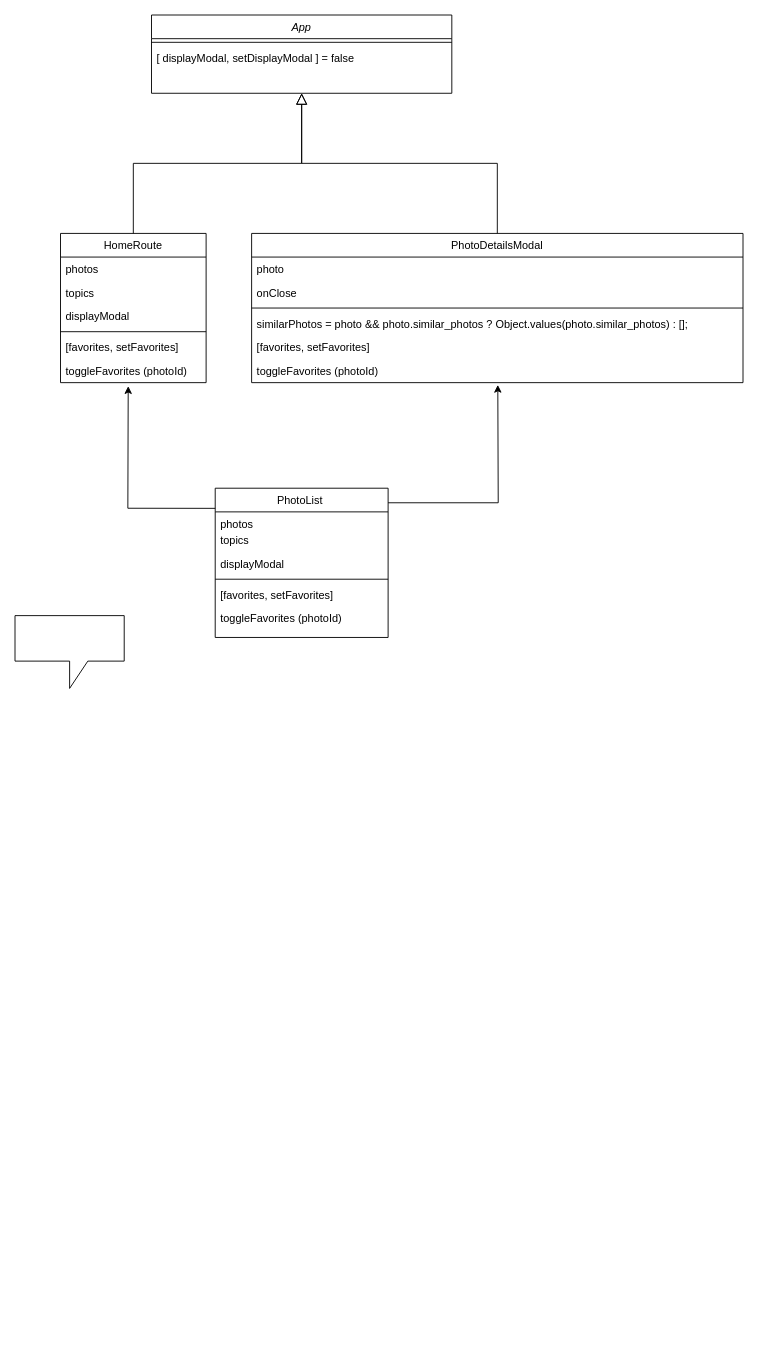
Earlier version of the draw.io diagram Untitled Diagram.drawio (SorrenJ/photolabs). Source tidied: cells renumbered, new cells numbered last; positions are measured from the earlier drawing's top-left corner, leaving out a move shared by most shapes. Both pictures are drawn from the tidied source at 91%, with x=0, y=0 at pixel (15, 15).
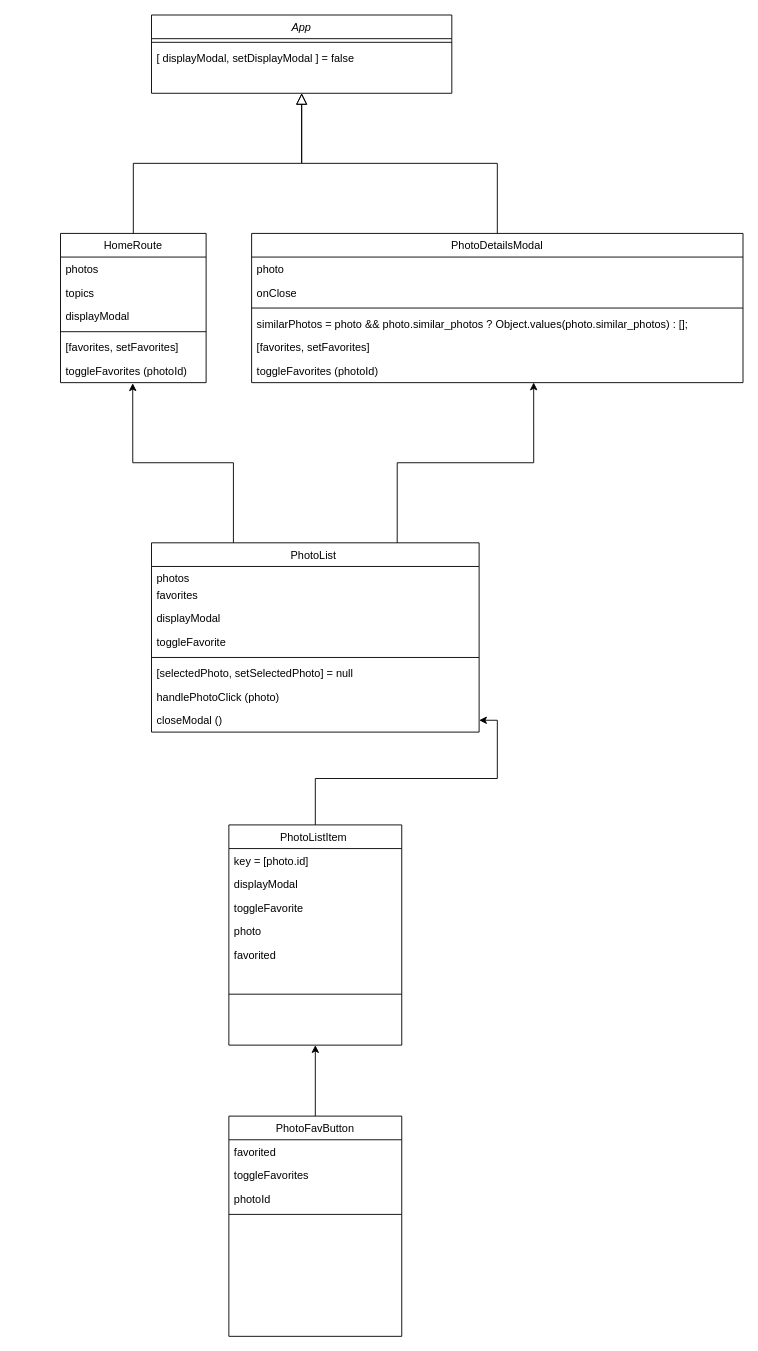
The same diagram, later.

Unchanged cells that the change refers to:
```xml
<mxCell id="12" value="toggleFavorites (photoId)" style="text;align=left;verticalAlign=top;spacingLeft=4;spacingRight=4;overflow=hidden;points=[[0,0.5],[1,0.5]];portConstraint=eastwest;" parent="6" vertex="1">
  <mxGeometry y="138" width="160" height="26" as="geometry" />
</mxCell>
<mxCell id="20" value="toggleFavorites (photoId)" style="text;align=left;verticalAlign=top;spacingLeft=4;spacingRight=4;overflow=hidden;points=[[0,0.5],[1,0.5]];portConstraint=eastwest;" parent="14" vertex="1">
  <mxGeometry y="138" width="540" height="26" as="geometry" />
</mxCell>
```

Diff of the diagram source:
```diff
@@
     <mxCell id="22" value="PhotoList " style="swimlane;fontStyle=0;align=center;verticalAlign=top;horizontal=1;startSize=26;rounded=0;shadow=0;strokeWidth=1;" parent="1" vertex="1">
-      <mxGeometry x="220" y="520" width="190" height="164" as="geometry" />
+      <mxGeometry x="150" y="580" width="360" height="208" as="geometry" />
     </mxCell>
     <mxCell id="23" value="photos" style="text;align=left;verticalAlign=top;spacingLeft=4;spacingRight=4;overflow=hidden;points=[[0,0.5],[1,0.5]];portConstraint=eastwest;" parent="22" vertex="1">
-      <mxGeometry y="26" width="190" height="18" as="geometry" />
+      <mxGeometry y="26" width="360" height="18" as="geometry" />
     </mxCell>
-    <mxCell id="24" value="topics" style="text;align=left;verticalAlign=top;spacingLeft=4;spacingRight=4;overflow=hidden;rounded=0;shadow=0;html=0;" parent="22" vertex="1">
-      <mxGeometry y="44" width="190" height="26" as="geometry" />
+    <mxCell id="24" value="favorites" style="text;align=left;verticalAlign=top;spacingLeft=4;spacingRight=4;overflow=hidden;rounded=0;shadow=0;html=0;" parent="22" vertex="1">
+      <mxGeometry y="44" width="360" height="26" as="geometry" />
     </mxCell>
     <mxCell id="25" value="displayModal" style="text;align=left;verticalAlign=top;spacingLeft=4;spacingRight=4;overflow=hidden;rounded=0;shadow=0;html=0;" parent="22" vertex="1">
-      <mxGeometry y="70" width="190" height="26" as="geometry" />
+      <mxGeometry y="70" width="360" height="26" as="geometry" />
     </mxCell>
+    <mxCell id="32" value="toggleFavorite" style="text;align=left;verticalAlign=top;spacingLeft=4;spacingRight=4;overflow=hidden;rounded=0;shadow=0;html=0;" parent="22" vertex="1">
+      <mxGeometry y="96" width="360" height="26" as="geometry" />
+    </mxCell>
     <mxCell id="26" style="line;html=1;strokeWidth=1;align=left;verticalAlign=middle;spacingTop=-1;spacingLeft=3;spacingRight=3;labelPosition=right;" parent="22" vertex="1">
-      <mxGeometry y="96" width="190" height="8" as="geometry" />
+      <mxGeometry y="122" width="360" height="8" as="geometry" />
     </mxCell>
-    <mxCell id="27" value="[favorites, setFavorites]" style="text;align=left;verticalAlign=top;spacingLeft=4;spacingRight=4;overflow=hidden;" parent="22" vertex="1">
-      <mxGeometry y="104" width="190" height="26" as="geometry" />
+    <mxCell id="27" value="[selectedPhoto, setSelectedPhoto] = null " style="text;align=left;verticalAlign=top;spacingLeft=4;spacingRight=4;overflow=hidden;" parent="22" vertex="1">
+      <mxGeometry y="130" width="360" height="26" as="geometry" />
     </mxCell>
-    <mxCell id="28" value="toggleFavorites (photoId)" style="text;align=left;verticalAlign=top;spacingLeft=4;spacingRight=4;overflow=hidden;" parent="22" vertex="1">
-      <mxGeometry y="130" width="190" height="26" as="geometry" />
+    <mxCell id="28" value="handlePhotoClick (photo)" style="text;align=left;verticalAlign=top;spacingLeft=4;spacingRight=4;overflow=hidden;" parent="22" vertex="1">
+      <mxGeometry y="156" width="360" height="26" as="geometry" />
     </mxCell>
-    <mxCell id="29" style="endArrow=classic;html=1;rounded=0;entryX=0.465;entryY=1.149;entryDx=0;entryDy=0;entryPerimeter=0;exitX=0;exitY=-0.215;exitDx=0;exitDy=0;exitPerimeter=0;" parent="1" edge="1" source="23" target="12">
-      <mxGeometry relative="1" as="geometry">
-        <Array as="points">
-          <mxPoint x="124" y="542" />
-        </Array>
-      </mxGeometry>
-    </mxCell>
-    <mxCell id="30" style="shape=callout;whiteSpace=wrap;html=1;perimeter=calloutPerimeter;" parent="1" vertex="1">
-      <mxGeometry y="660" width="120" height="80" as="geometry" />
-    </mxCell>
-    <mxCell id="31" style="endArrow=classic;html=1;rounded=0;entryX=0.501;entryY=1.095;entryDx=0;entryDy=0;entryPerimeter=0;" parent="1" edge="1" target="20">
-      <mxGeometry relative="1" as="geometry">
-        <mxPoint x="410" y="536" as="sourcePoint" />
-        <Array as="points">
-          <mxPoint x="531" y="536" />
-        </Array>
-      </mxGeometry>
-    </mxCell>
+    <mxCell id="33" value="closeModal ()" style="text;align=left;verticalAlign=top;spacingLeft=4;spacingRight=4;overflow=hidden;points=[[0,0.5],[1,0.5]];portConstraint=eastwest;" parent="22" vertex="1">
+      <mxGeometry y="182" width="360" height="26" as="geometry" />
+    </mxCell>
+    <mxCell id="34" style="edgeStyle=orthogonalEdgeStyle;rounded=0;jettySize=auto;html=1;exitX=0.5;exitY=0;exitDx=0;exitDy=0;" parent="1" edge="1" source="35" target="33">
+      <mxGeometry relative="1" as="geometry" />
+    </mxCell>
+    <mxCell id="35" value="PhotoListItem " style="swimlane;fontStyle=0;align=center;verticalAlign=top;horizontal=1;startSize=26;rounded=0;shadow=0;strokeWidth=1;" parent="1" vertex="1">
+      <mxGeometry x="235" y="890" width="190" height="242" as="geometry" />
+    </mxCell>
+    <mxCell id="36" value="key = [photo.id]" style="text;align=left;verticalAlign=top;spacingLeft=4;spacingRight=4;overflow=hidden;rounded=0;shadow=0;html=0;" parent="35" vertex="1">
+      <mxGeometry y="26" width="190" height="26" as="geometry" />
+    </mxCell>
+    <mxCell id="37" value="displayModal" style="text;align=left;verticalAlign=top;spacingLeft=4;spacingRight=4;overflow=hidden;rounded=0;shadow=0;html=0;" parent="35" vertex="1">
+      <mxGeometry y="52" width="190" height="26" as="geometry" />
+    </mxCell>
+    <mxCell id="38" value="toggleFavorite " style="text;align=left;verticalAlign=top;spacingLeft=4;spacingRight=4;overflow=hidden;rounded=0;shadow=0;html=0;" parent="35" vertex="1">
+      <mxGeometry y="78" width="190" height="26" as="geometry" />
+    </mxCell>
+    <mxCell id="39" value="photo" style="text;align=left;verticalAlign=top;spacingLeft=4;spacingRight=4;overflow=hidden;rounded=0;shadow=0;html=0;" parent="35" vertex="1">
+      <mxGeometry y="104" width="190" height="26" as="geometry" />
+    </mxCell>
+    <mxCell id="40" value="favorited" style="text;align=left;verticalAlign=top;spacingLeft=4;spacingRight=4;overflow=hidden;rounded=0;shadow=0;html=0;" parent="35" vertex="1">
+      <mxGeometry y="130" width="190" height="26" as="geometry" />
+    </mxCell>
+    <mxCell id="41" style="text;align=left;verticalAlign=top;spacingLeft=4;spacingRight=4;overflow=hidden;rounded=0;shadow=0;html=0;" parent="35" vertex="1">
+      <mxGeometry y="156" width="190" height="26" as="geometry" />
+    </mxCell>
+    <mxCell id="42" style="line;html=1;strokeWidth=1;align=left;verticalAlign=middle;spacingTop=-1;spacingLeft=3;spacingRight=3;labelPosition=right;" parent="35" vertex="1">
+      <mxGeometry y="182" width="190" height="8" as="geometry" />
+    </mxCell>
+    <mxCell id="43" style="edgeStyle=orthogonalEdgeStyle;rounded=0;jettySize=auto;html=1;exitX=0.75;exitY=0;exitDx=0;exitDy=0;entryX=0.574;entryY=0.994;entryDx=0;entryDy=0;entryPerimeter=0;" parent="1" edge="1" source="22" target="20">
+      <mxGeometry relative="1" as="geometry" />
+    </mxCell>
+    <mxCell id="44" style="edgeStyle=orthogonalEdgeStyle;rounded=0;jettySize=auto;html=1;exitX=0.25;exitY=0;exitDx=0;exitDy=0;entryX=0.496;entryY=1.026;entryDx=0;entryDy=0;entryPerimeter=0;" parent="1" edge="1" source="22" target="12">
+      <mxGeometry relative="1" as="geometry" />
+    </mxCell>
+    <mxCell id="45" style="edgeStyle=orthogonalEdgeStyle;rounded=0;jettySize=auto;html=1;exitX=0.5;exitY=0;exitDx=0;exitDy=0;entryX=0.5;entryY=1;entryDx=0;entryDy=0;" parent="1" edge="1" source="46" target="35">
+      <mxGeometry relative="1" as="geometry" />
+    </mxCell>
+    <mxCell id="46" value="PhotoFavButton" style="swimlane;fontStyle=0;align=center;verticalAlign=top;horizontal=1;startSize=26;rounded=0;shadow=0;strokeWidth=1;" parent="1" vertex="1">
+      <mxGeometry x="235" y="1210" width="190" height="242" as="geometry" />
+    </mxCell>
+    <mxCell id="47" value="favorited" style="text;align=left;verticalAlign=top;spacingLeft=4;spacingRight=4;overflow=hidden;rounded=0;shadow=0;html=0;" parent="46" vertex="1">
+      <mxGeometry y="26" width="190" height="26" as="geometry" />
+    </mxCell>
+    <mxCell id="48" value="toggleFavorites" style="text;align=left;verticalAlign=top;spacingLeft=4;spacingRight=4;overflow=hidden;rounded=0;shadow=0;html=0;" parent="46" vertex="1">
+      <mxGeometry y="52" width="190" height="26" as="geometry" />
+    </mxCell>
+    <mxCell id="49" value="photoId" style="text;align=left;verticalAlign=top;spacingLeft=4;spacingRight=4;overflow=hidden;rounded=0;shadow=0;html=0;" parent="46" vertex="1">
+      <mxGeometry y="78" width="190" height="26" as="geometry" />
+    </mxCell>
+    <mxCell id="50" style="line;html=1;strokeWidth=1;align=left;verticalAlign=middle;spacingTop=-1;spacingLeft=3;spacingRight=3;labelPosition=right;" parent="46" vertex="1">
+      <mxGeometry y="104" width="190" height="8" as="geometry" />
+    </mxCell>
```
